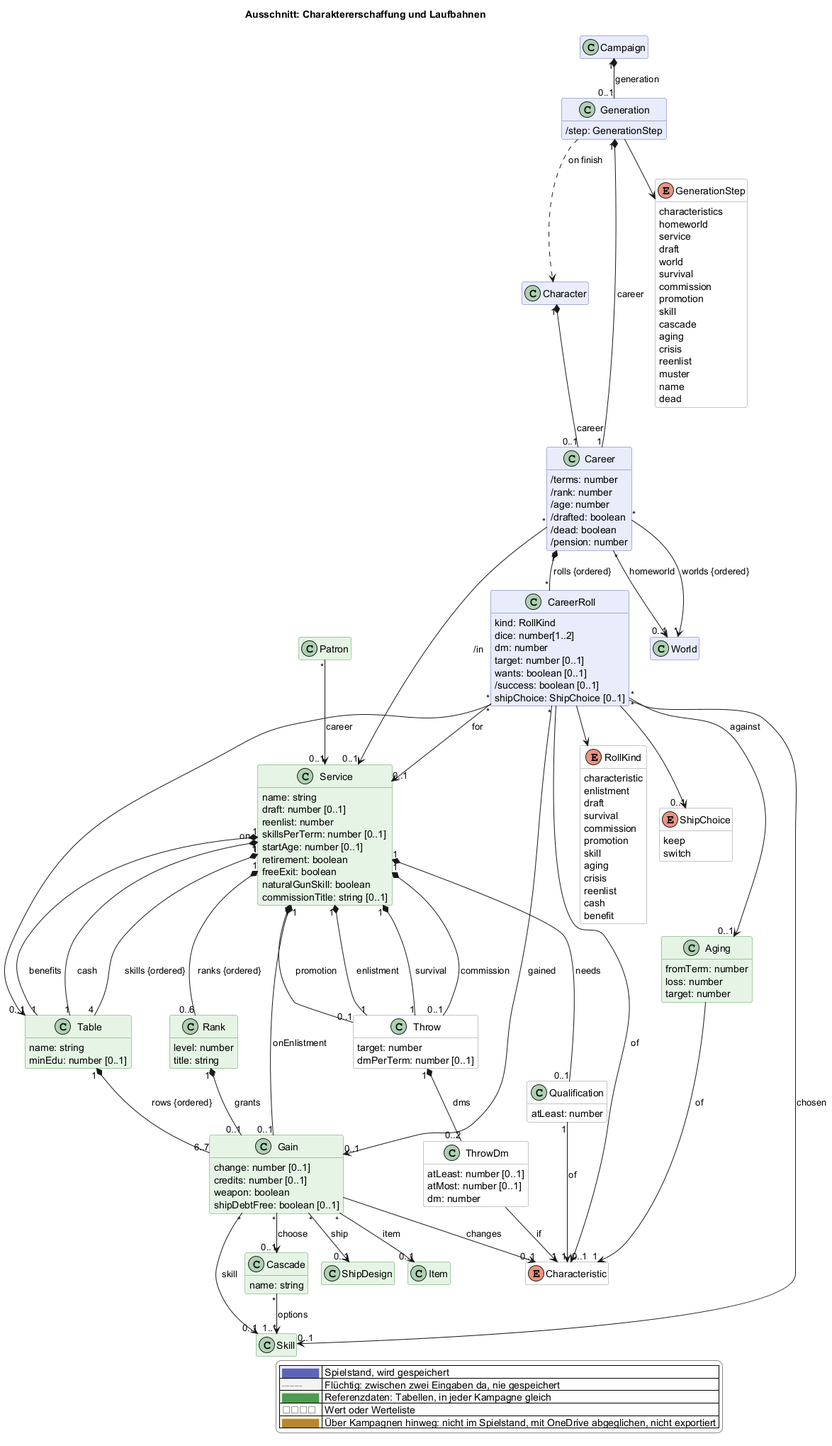
Above: docs/views/erschaffung.png in scuzzar/SRE (PlantUML), before the change.
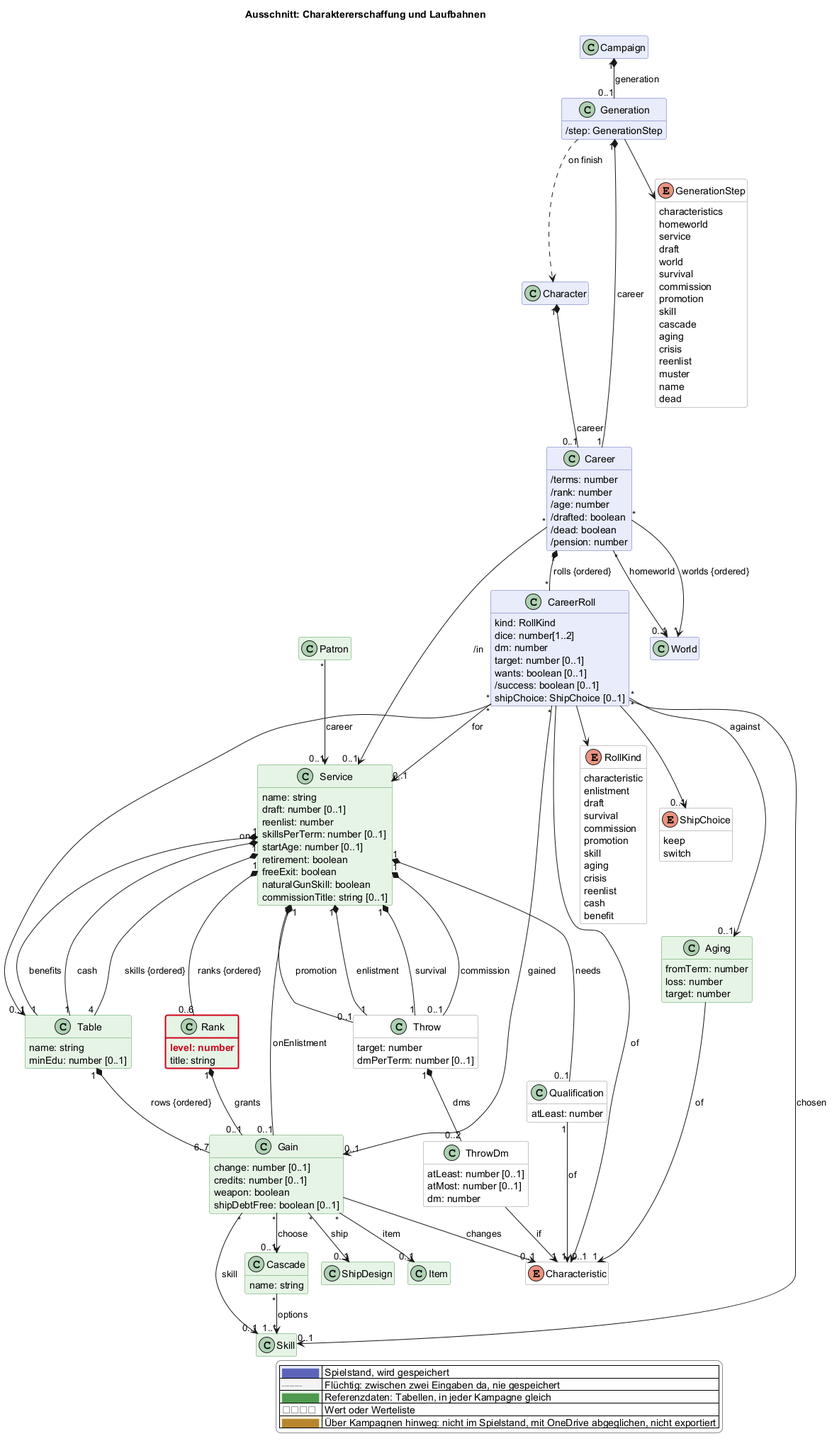
Later version of the same file.

What changed in the source:
```diff
@@ -128,7 +128,7 @@
     atLeast: number
   }
   class Rank <<reference>> $erschaffung {
-    level: number
+    $new("2026-11-24c", "level: number")
     title: string
   }
   class Table <<reference>> $erschaffung {
@@ -250,4 +250,5 @@
   |<#ffffff> <color:#8a8a8a>□□□□</color> | Wert oder Werteliste |
   |<#fdf1dc> <color:#b8862e>████</color> | Über Kampagnen hinweg: nicht im Spielstand, mit OneDrive abgeglichen, nicht exportiert |
 endlegend
+class Rank #line:d0021b;line.bold
 @enduml
```
